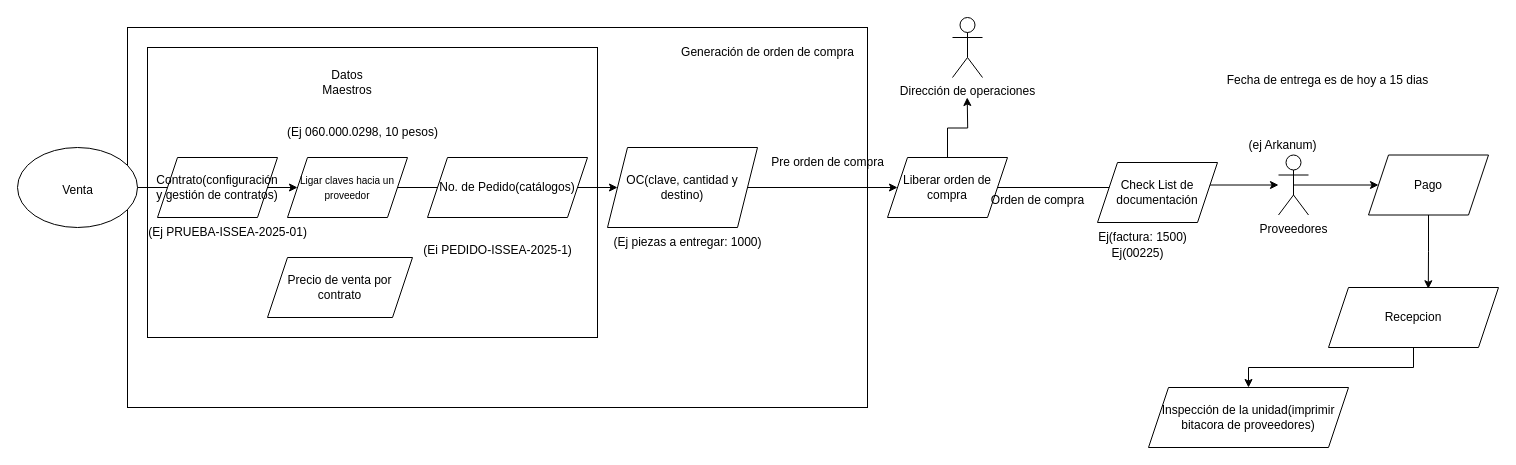
The draw.io diagram FlujoWms.drawio in ErnestoDanielTafoyaMolinaCYM/clases-cat-cym, before the edit. Source tidied: cells renumbered, new cells numbered last; positions are measured from the earlier drawing's top-left corner, leaving out a move shared by most shapes. Both pictures are drawn from the tidied source at 100%, with x=0, y=0 at pixel (17, 17).
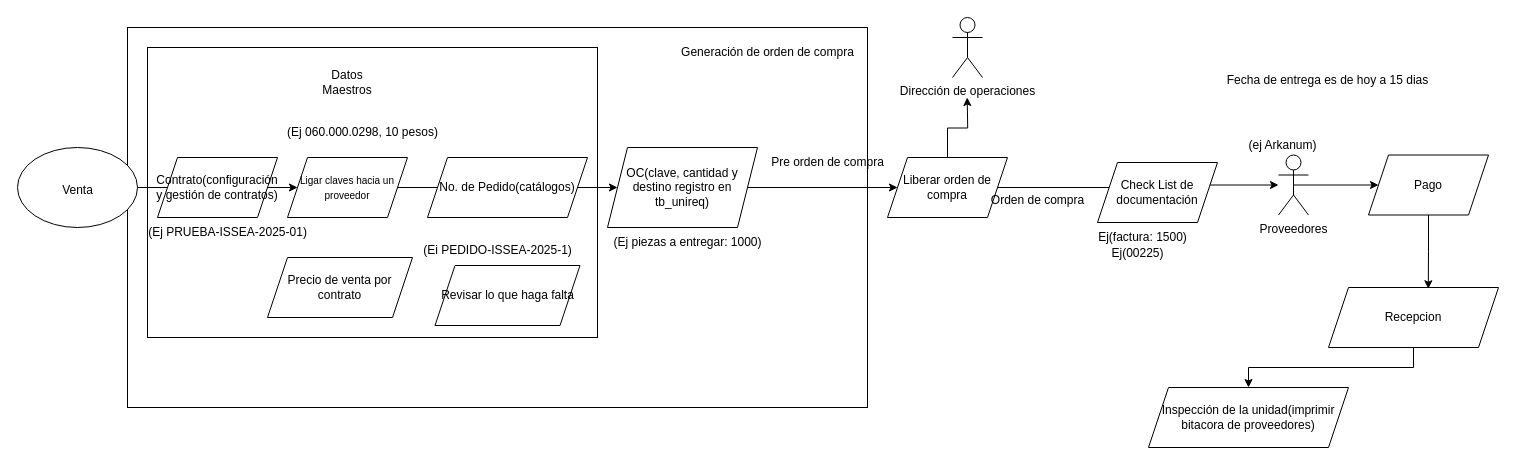
After the change.

Diff of the diagram source:
```diff
@@
-    <mxCell id="8" value="OC(clave, cantidad y destino)" style="shape=parallelogram;perimeter=parallelogramPerimeter;whiteSpace=wrap;html=1;fixedSize=1;" parent="1" vertex="1">
+    <mxCell id="8" value="OC(clave, cantidad y destino registro en tb_unireq)" style="shape=parallelogram;perimeter=parallelogramPerimeter;whiteSpace=wrap;html=1;fixedSize=1;" parent="1" vertex="1">
       <mxGeometry x="590" y="130" width="150" height="80" as="geometry" />
     </mxCell>
@@
+    <mxCell id="38" value="Revisar lo que haga falta" style="shape=parallelogram;perimeter=parallelogramPerimeter;whiteSpace=wrap;html=1;fixedSize=1;" parent="1" vertex="1">
+      <mxGeometry x="417.5" y="248" width="145" height="60" as="geometry" />
+    </mxCell>
```
